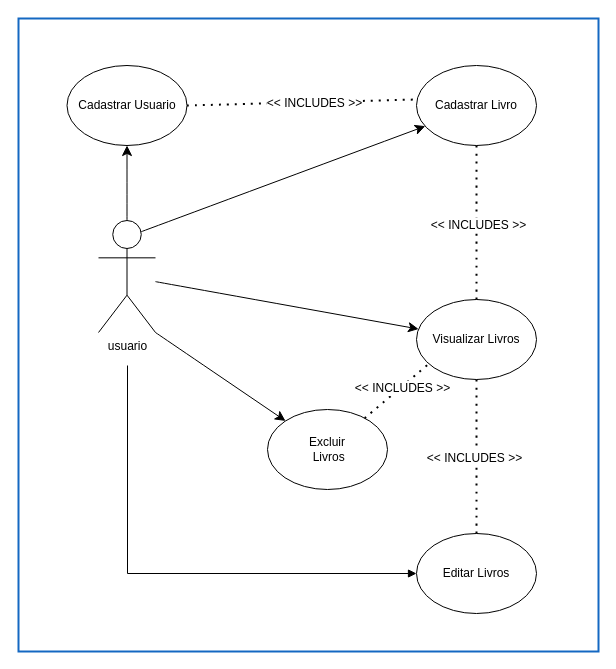
VandersonSenai/MODULO03 keeps this draw.io diagram as xXx/Caso de Uso.drawio. Above is the earlier version. Source tidied: cells renumbered, new cells numbered last; positions are measured from the earlier drawing's top-left corner, leaving out a move shared by most shapes. Both pictures are drawn from the tidied source at 100%, with x=0, y=0 at pixel (18, 18).
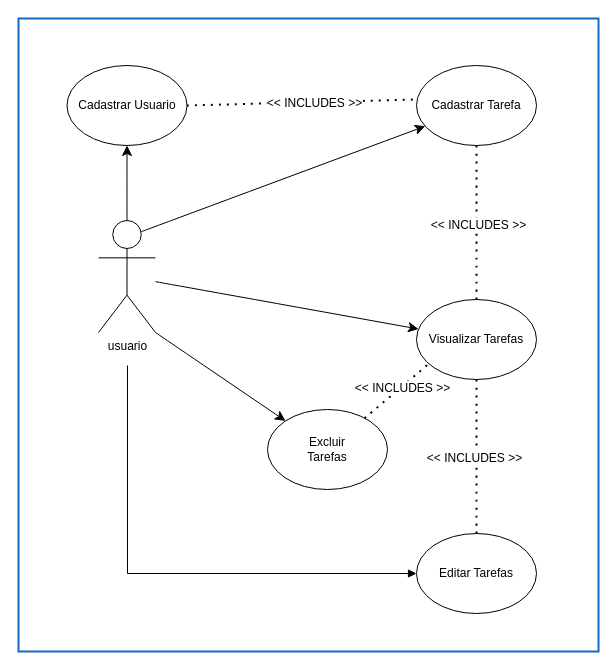
After the change.

Change to the diagram source:
```diff
@@
-    <mxCell id="9" value="Cadastrar Livro" style="ellipse;whiteSpace=wrap;html=1;" parent="1" vertex="1">
+    <mxCell id="9" value="Cadastrar Tarefa" style="ellipse;whiteSpace=wrap;html=1;" parent="1" vertex="1">
       <mxGeometry x="398" y="47" width="120" height="80" as="geometry" />
     </mxCell>
-    <mxCell id="10" value="Visualizar Livros" style="ellipse;whiteSpace=wrap;html=1;" parent="1" vertex="1">
+    <mxCell id="10" value="Visualizar Tarefas" style="ellipse;whiteSpace=wrap;html=1;" parent="1" vertex="1">
       <mxGeometry x="398" y="281" width="120" height="80" as="geometry" />
     </mxCell>
-    <mxCell id="11" value="Editar Livros" style="ellipse;whiteSpace=wrap;html=1;" parent="1" vertex="1">
+    <mxCell id="11" value="Editar Tarefas" style="ellipse;whiteSpace=wrap;html=1;" parent="1" vertex="1">
       <mxGeometry x="398" y="515" width="120" height="80" as="geometry" />
     </mxCell>
-    <mxCell id="12" value="Excluir&lt;div&gt;&amp;nbsp;Livros&lt;/div&gt;" style="ellipse;whiteSpace=wrap;html=1;" parent="1" vertex="1">
+    <mxCell id="12" value="Excluir&lt;div&gt;Tarefas&lt;/div&gt;" style="ellipse;whiteSpace=wrap;html=1;" parent="1" vertex="1">
       <mxGeometry x="249" y="391" width="120" height="80" as="geometry" />
     </mxCell>
```
